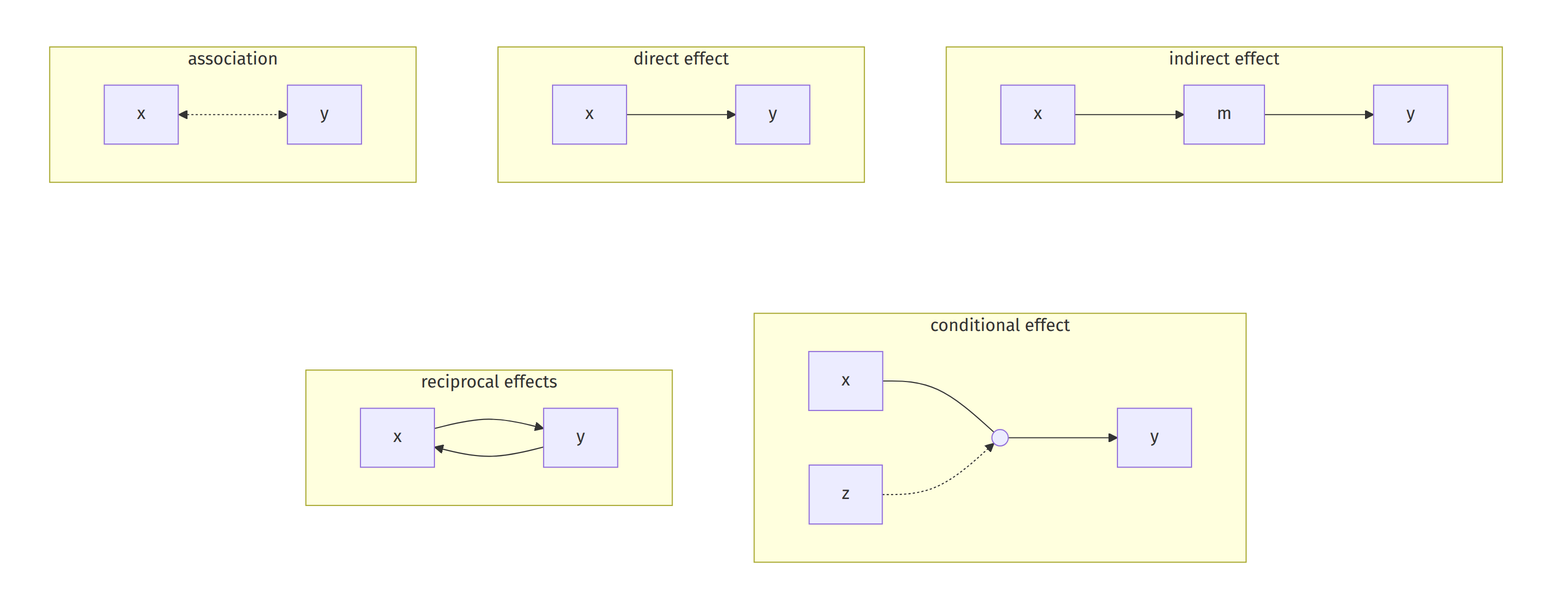
Earlier version of the Mermaid export diagrams/relationships.png (daob/stads-book). Its source is kept beside it as diagrams/relationships.mmd.
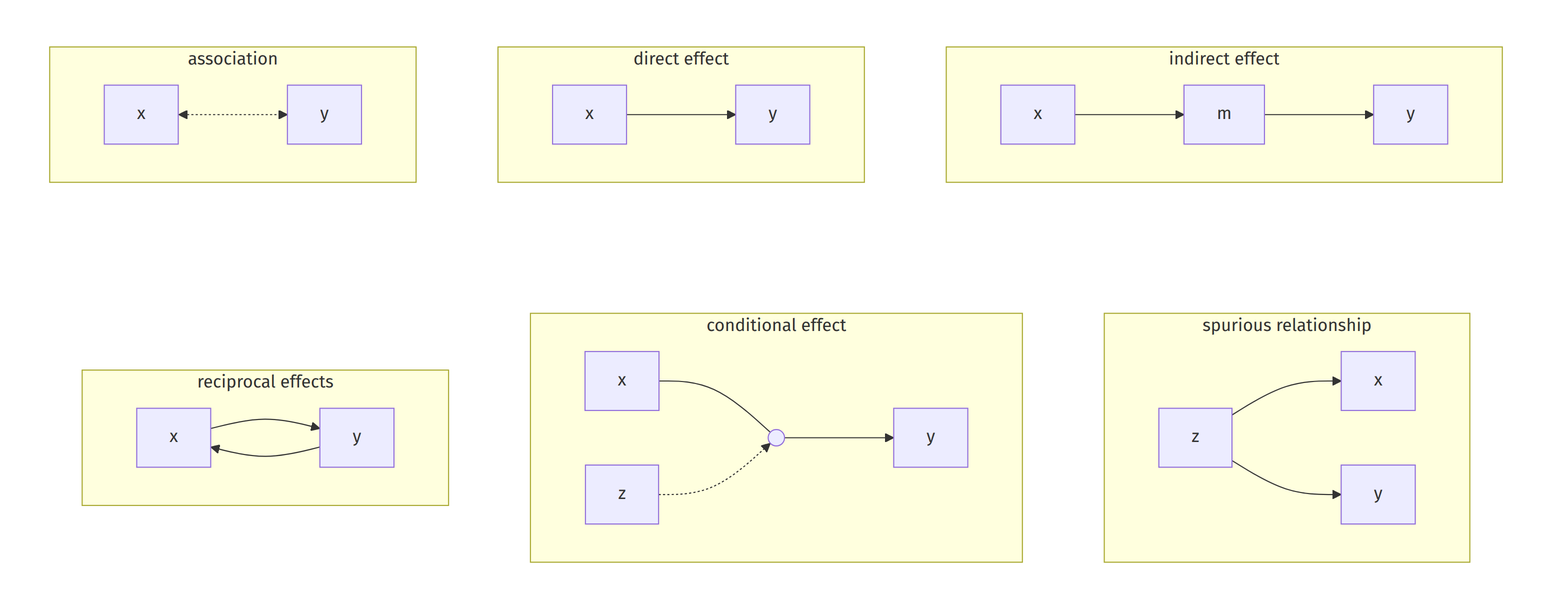
Later version of the same file.

Change to the diagram source:
```diff
@@ -28,7 +28,12 @@
       P5 --> Y5[y]
       Z5[z] -.-> P5
     end
-    r ~~~ c
+    subgraph sp[" spurious relationship "]
+      direction LR
+      Z6[z] --> X6[x]
+      Z6 --> Y6[y]
+    end
+    r ~~~ c ~~~ sp
   end
   top ~~~ bottom
   style top fill:none,stroke:none
```
